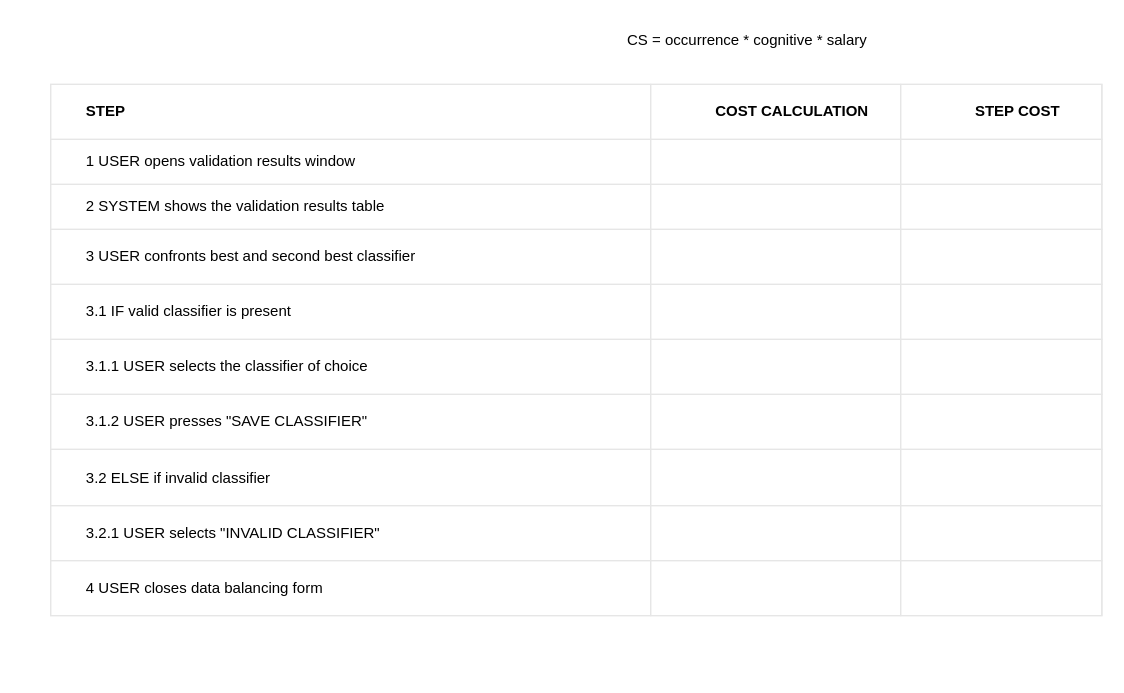
Above: check validation results/table_check validation results.drawio in BaffoBello14/AutomaticDamagesRecognition (draw.io), before the change. Source tidied: cells renumbered, new cells numbered last; positions are measured from the earlier drawing's top-left corner, leaving out a move shared by most shapes. Both pictures are drawn from the tidied source at 125%, with x=0, y=0 at pixel (50, 21).
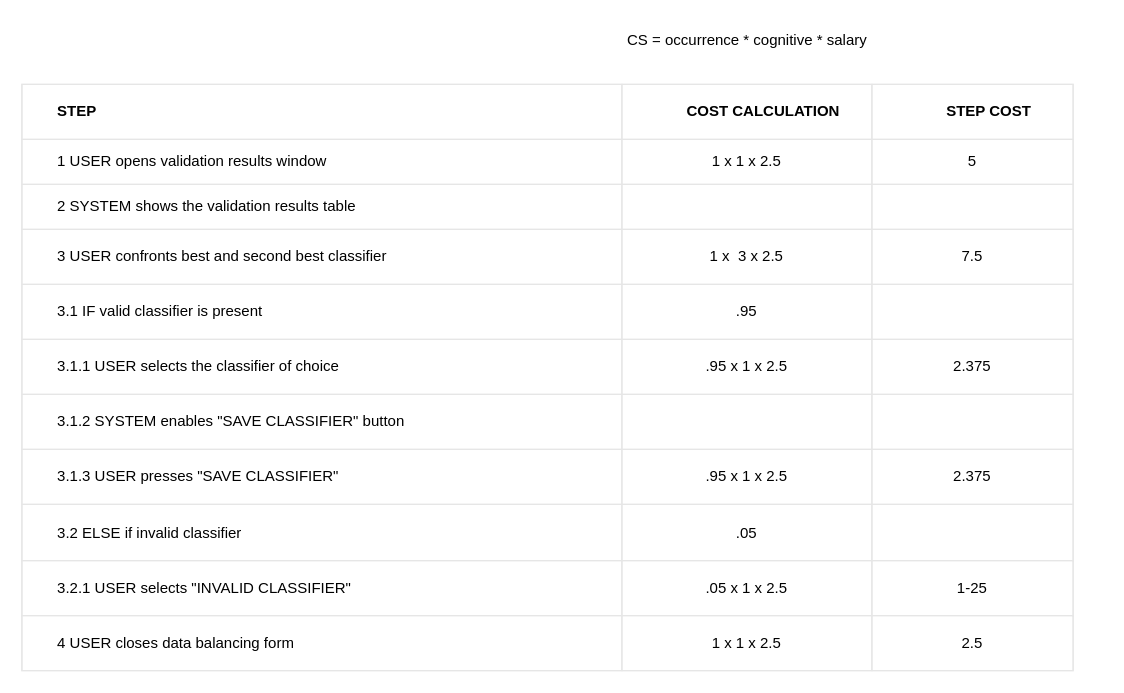
After the change.

Commit message:
finished table

The change refers to these unchanged cells:
```xml
<mxCell id="7" style="shape=tableRow;horizontal=0;startSize=0;swimlaneHead=0;swimlaneBody=0;top=0;left=0;bottom=0;right=0;fontStyle=0;fillColor=none;strokeColor=inherit;align=center;" parent="2" vertex="1">
  <mxGeometry y="44" width="841" height="36" as="geometry" />
</mxCell>
<mxCell id="15" style="shape=tableRow;horizontal=0;startSize=0;swimlaneHead=0;swimlaneBody=0;top=0;left=0;bottom=0;right=0;fontStyle=0;fillColor=none;strokeColor=inherit;align=center;" parent="2" vertex="1">
  <mxGeometry y="116" width="841" height="44" as="geometry" />
</mxCell>
<mxCell id="19" style="shape=tableRow;horizontal=0;startSize=0;swimlaneHead=0;swimlaneBody=0;top=0;left=0;bottom=0;right=0;fontStyle=0;fillColor=none;strokeColor=inherit;align=center;" parent="2" vertex="1">
  <mxGeometry y="160" width="841" height="44" as="geometry" />
</mxCell>
<mxCell id="23" style="shape=tableRow;horizontal=0;startSize=0;swimlaneHead=0;swimlaneBody=0;top=0;left=0;bottom=0;right=0;fontStyle=0;fillColor=none;strokeColor=inherit;align=center;" parent="2" vertex="1">
  <mxGeometry y="204" width="841" height="44" as="geometry" />
</mxCell>
```

What changed in the source:
```diff
@@
     <mxCell id="2" style="childLayout=tableLayout;shadow=0;strokeColor=#E6E6E6;align=center;" parent="1" vertex="1">
-      <mxGeometry y="50" width="841" height="425" as="geometry" />
+      <mxGeometry x="-23" y="50" width="841" height="469" as="geometry" />
     </mxCell>
@@
-    <mxCell id="9" style="strokeColor=inherit;fillColor=none;align=center;whiteSpace=wrap;html=1;" parent="7" vertex="1">
+    <mxCell id="9" value="1 x 1 x 2.5" style="strokeColor=inherit;fillColor=none;align=center;whiteSpace=wrap;html=1;" parent="7" vertex="1">
       <mxGeometry x="480" width="200" height="36" as="geometry" />
     </mxCell>
-    <mxCell id="10" style="strokeColor=inherit;fillColor=none;align=center;whiteSpace=wrap;html=1;" parent="7" vertex="1">
+    <mxCell id="10" value="5" style="strokeColor=inherit;fillColor=none;align=center;whiteSpace=wrap;html=1;" parent="7" vertex="1">
       <mxGeometry x="680" width="161" height="36" as="geometry" />
     </mxCell>
@@
-    <mxCell id="17" value="&lt;span style=&quot;white-space: pre;&quot;&gt;&#9;&lt;/span&gt;" style="strokeColor=inherit;fillColor=none;align=center;whiteSpace=wrap;html=1;" parent="15" vertex="1">
+    <mxCell id="17" value="1 x&amp;nbsp; 3 x 2.5" style="strokeColor=inherit;fillColor=none;align=center;whiteSpace=wrap;html=1;" parent="15" vertex="1">
       <mxGeometry x="480" width="200" height="44" as="geometry" />
     </mxCell>
-    <mxCell id="18" style="strokeColor=inherit;fillColor=none;align=center;whiteSpace=wrap;html=1;" parent="15" vertex="1">
+    <mxCell id="18" value="7.5" style="strokeColor=inherit;fillColor=none;align=center;whiteSpace=wrap;html=1;" parent="15" vertex="1">
       <mxGeometry x="680" width="161" height="44" as="geometry" />
     </mxCell>
@@
-    <mxCell id="21" style="strokeColor=inherit;fillColor=none;align=center;whiteSpace=wrap;html=1;" parent="19" vertex="1">
+    <mxCell id="21" value=".95" style="strokeColor=inherit;fillColor=none;align=center;whiteSpace=wrap;html=1;" parent="19" vertex="1">
       <mxGeometry x="480" width="200" height="44" as="geometry" />
     </mxCell>
@@
-    <mxCell id="25" style="strokeColor=inherit;fillColor=none;align=center;whiteSpace=wrap;html=1;" parent="23" vertex="1">
+    <mxCell id="25" value=".95 x 1 x 2.5" style="strokeColor=inherit;fillColor=none;align=center;whiteSpace=wrap;html=1;" parent="23" vertex="1">
       <mxGeometry x="480" width="200" height="44" as="geometry" />
     </mxCell>
-    <mxCell id="26" style="strokeColor=inherit;fillColor=none;align=center;whiteSpace=wrap;html=1;" parent="23" vertex="1">
+    <mxCell id="26" value="2.375" style="strokeColor=inherit;fillColor=none;align=center;whiteSpace=wrap;html=1;" parent="23" vertex="1">
       <mxGeometry x="680" width="161" height="44" as="geometry" />
     </mxCell>
+    <mxCell id="44" style="shape=tableRow;horizontal=0;startSize=0;swimlaneHead=0;swimlaneBody=0;top=0;left=0;bottom=0;right=0;fontStyle=0;fillColor=none;strokeColor=inherit;align=center;" parent="2" vertex="1">
+      <mxGeometry y="248" width="841" height="44" as="geometry" />
+    </mxCell>
+    <mxCell id="45" value="&lt;span style=&quot;white-space: pre;&quot;&gt;&#9;&lt;/span&gt;3.1.2 SYSTEM enables &quot;SAVE CLASSIFIER&quot; button" style="strokeColor=inherit;fillColor=none;align=left;whiteSpace=wrap;html=1;labelPosition=center;verticalLabelPosition=middle;verticalAlign=middle;" parent="44" vertex="1">
+      <mxGeometry width="480" height="44" as="geometry" />
+    </mxCell>
+    <mxCell id="46" style="strokeColor=inherit;fillColor=none;align=center;whiteSpace=wrap;html=1;" parent="44" vertex="1">
+      <mxGeometry x="480" width="200" height="44" as="geometry" />
+    </mxCell>
+    <mxCell id="47" style="strokeColor=inherit;fillColor=none;align=center;whiteSpace=wrap;html=1;" parent="44" vertex="1">
+      <mxGeometry x="680" width="161" height="44" as="geometry" />
+    </mxCell>
     <mxCell id="27" style="shape=tableRow;horizontal=0;startSize=0;swimlaneHead=0;swimlaneBody=0;top=0;left=0;bottom=0;right=0;fontStyle=0;fillColor=none;strokeColor=inherit;align=center;" parent="2" vertex="1">
-      <mxGeometry y="248" width="841" height="44" as="geometry" />
+      <mxGeometry y="292" width="841" height="44" as="geometry" />
     </mxCell>
-    <mxCell id="28" value="&lt;span style=&quot;white-space: pre;&quot;&gt;&#9;&lt;/span&gt;3.1.2 USER presses &quot;SAVE CLASSIFIER&quot;" style="strokeColor=inherit;fillColor=none;align=left;whiteSpace=wrap;html=1;labelPosition=center;verticalLabelPosition=middle;verticalAlign=middle;" parent="27" vertex="1">
+    <mxCell id="28" value="&lt;span style=&quot;white-space: pre;&quot;&gt;&#9;&lt;/span&gt;3.1.3 USER presses &quot;SAVE CLASSIFIER&quot;" style="strokeColor=inherit;fillColor=none;align=left;whiteSpace=wrap;html=1;labelPosition=center;verticalLabelPosition=middle;verticalAlign=middle;" parent="27" vertex="1">
       <mxGeometry width="480" height="44" as="geometry" />
     </mxCell>
-    <mxCell id="29" style="strokeColor=inherit;fillColor=none;align=center;whiteSpace=wrap;html=1;" parent="27" vertex="1">
+    <mxCell id="29" value=".95 x 1 x 2.5" style="strokeColor=inherit;fillColor=none;align=center;whiteSpace=wrap;html=1;" parent="27" vertex="1">
       <mxGeometry x="480" width="200" height="44" as="geometry" />
     </mxCell>
-    <mxCell id="30" style="strokeColor=inherit;fillColor=none;align=center;whiteSpace=wrap;html=1;" parent="27" vertex="1">
+    <mxCell id="30" value="2.375" style="strokeColor=inherit;fillColor=none;align=center;whiteSpace=wrap;html=1;" parent="27" vertex="1">
       <mxGeometry x="680" width="161" height="44" as="geometry" />
     </mxCell>
     <mxCell id="31" style="shape=tableRow;horizontal=0;startSize=0;swimlaneHead=0;swimlaneBody=0;top=0;left=0;bottom=0;right=0;fontStyle=0;fillColor=none;strokeColor=inherit;align=center;" parent="2" vertex="1">
-      <mxGeometry y="292" width="841" height="45" as="geometry" />
+      <mxGeometry y="336" width="841" height="45" as="geometry" />
     </mxCell>
@@
-    <mxCell id="33" style="strokeColor=inherit;fillColor=none;align=center;whiteSpace=wrap;html=1;" parent="31" vertex="1">
+    <mxCell id="33" value=".05" style="strokeColor=inherit;fillColor=none;align=center;whiteSpace=wrap;html=1;" parent="31" vertex="1">
       <mxGeometry x="480" width="200" height="45" as="geometry" />
     </mxCell>
@@
     <mxCell id="35" style="shape=tableRow;horizontal=0;startSize=0;swimlaneHead=0;swimlaneBody=0;top=0;left=0;bottom=0;right=0;fontStyle=0;fillColor=none;strokeColor=inherit;align=center;" parent="2" vertex="1">
-      <mxGeometry y="337" width="841" height="44" as="geometry" />
+      <mxGeometry y="381" width="841" height="44" as="geometry" />
     </mxCell>
@@
-    <mxCell id="37" style="strokeColor=inherit;fillColor=none;align=center;whiteSpace=wrap;html=1;" parent="35" vertex="1">
+    <mxCell id="37" value=".05 x 1 x 2.5" style="strokeColor=inherit;fillColor=none;align=center;whiteSpace=wrap;html=1;" parent="35" vertex="1">
       <mxGeometry x="480" width="200" height="44" as="geometry" />
     </mxCell>
-    <mxCell id="38" style="strokeColor=inherit;fillColor=none;align=center;whiteSpace=wrap;html=1;" parent="35" vertex="1">
+    <mxCell id="38" value="1-25" style="strokeColor=inherit;fillColor=none;align=center;whiteSpace=wrap;html=1;" parent="35" vertex="1">
       <mxGeometry x="680" width="161" height="44" as="geometry" />
     </mxCell>
     <mxCell id="39" style="shape=tableRow;horizontal=0;startSize=0;swimlaneHead=0;swimlaneBody=0;top=0;left=0;bottom=0;right=0;fontStyle=0;fillColor=none;strokeColor=inherit;align=center;" parent="2" vertex="1">
-      <mxGeometry y="381" width="841" height="44" as="geometry" />
+      <mxGeometry y="425" width="841" height="44" as="geometry" />
     </mxCell>
@@
-    <mxCell id="41" style="strokeColor=inherit;fillColor=none;align=center;whiteSpace=wrap;html=1;" parent="39" vertex="1">
+    <mxCell id="41" value="1 x 1 x 2.5" style="strokeColor=inherit;fillColor=none;align=center;whiteSpace=wrap;html=1;" parent="39" vertex="1">
       <mxGeometry x="480" width="200" height="44" as="geometry" />
     </mxCell>
-    <mxCell id="42" style="strokeColor=inherit;fillColor=none;align=center;whiteSpace=wrap;html=1;" parent="39" vertex="1">
+    <mxCell id="42" value="2.5" style="strokeColor=inherit;fillColor=none;align=center;whiteSpace=wrap;html=1;" parent="39" vertex="1">
       <mxGeometry x="680" width="161" height="44" as="geometry" />
     </mxCell>
```
